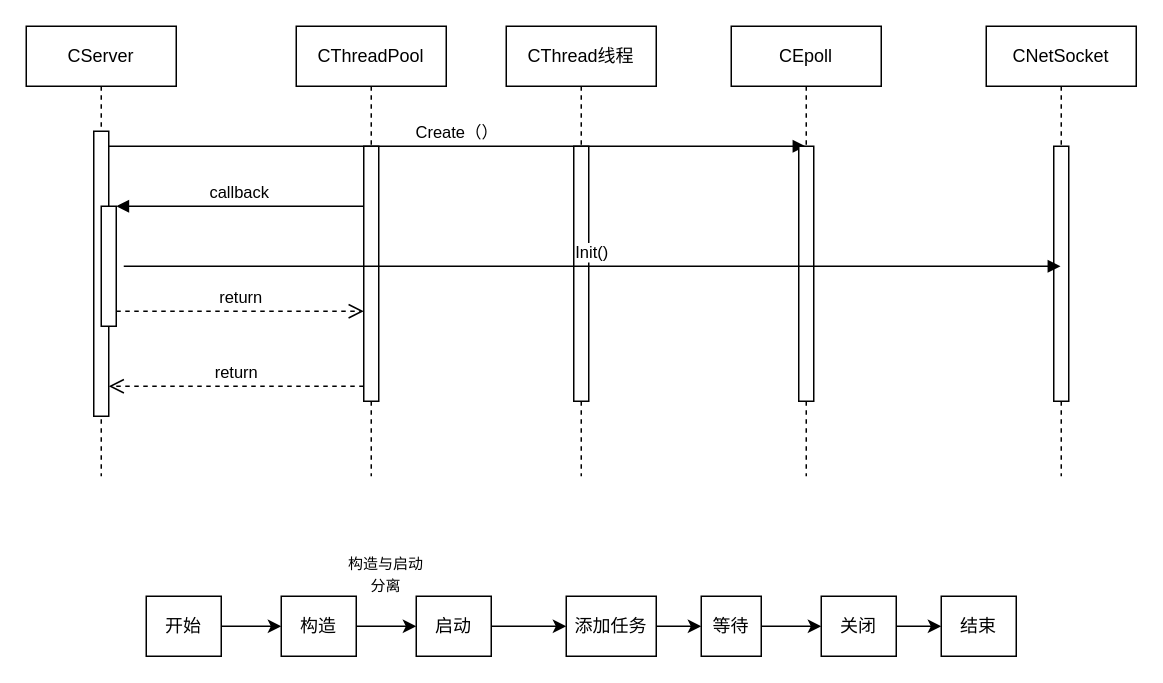
Before: 视频服务器-网络服务器模块时序图.drawio in ZWJ5656588/uml, a draw.io diagram. Source tidied: cells renumbered, new cells numbered last; positions are measured from the earlier drawing's top-left corner, leaving out a move shared by most shapes. Both pictures are drawn from the tidied source at 150%, with x=0, y=0 at pixel (26, 26).
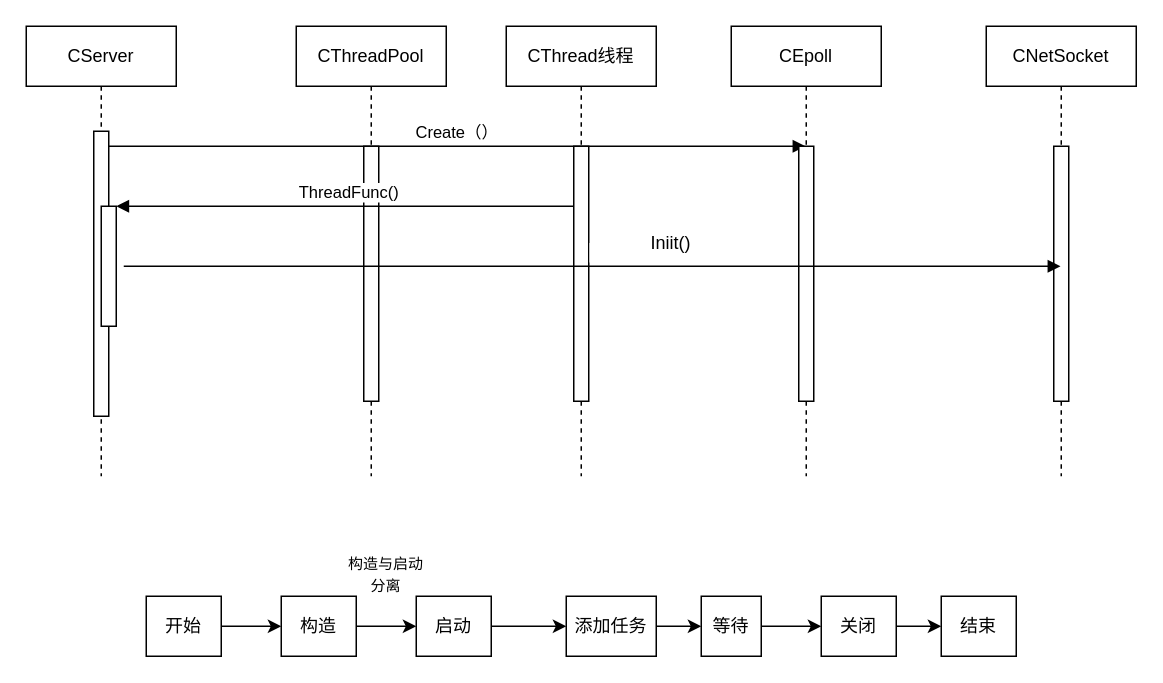
After the change.

Commit message:
更新视频服务器-网络服务器模块时序图.drawio

The change refers to these unchanged cells:
```xml
<mxCell id="3" style="html=1;points=[];perimeter=orthogonalPerimeter;outlineConnect=0;targetShapes=umlLifeline;portConstraint=eastwest;newEdgeStyle={&quot;edgeStyle&quot;:&quot;elbowEdgeStyle&quot;,&quot;elbow&quot;:&quot;vertical&quot;,&quot;curved&quot;:0,&quot;rounded&quot;:0};" parent="2" vertex="1">
  <mxGeometry x="45" y="70" width="10" height="190" as="geometry" />
</mxCell>
<mxCell id="4" style="html=1;points=[];perimeter=orthogonalPerimeter;outlineConnect=0;targetShapes=umlLifeline;portConstraint=eastwest;newEdgeStyle={&quot;edgeStyle&quot;:&quot;elbowEdgeStyle&quot;,&quot;elbow&quot;:&quot;vertical&quot;,&quot;curved&quot;:0,&quot;rounded&quot;:0};" parent="2" vertex="1">
  <mxGeometry x="50" y="120" width="10" height="80" as="geometry" />
</mxCell>
<mxCell id="6" style="html=1;points=[];perimeter=orthogonalPerimeter;outlineConnect=0;targetShapes=umlLifeline;portConstraint=eastwest;newEdgeStyle={&quot;edgeStyle&quot;:&quot;elbowEdgeStyle&quot;,&quot;elbow&quot;:&quot;vertical&quot;,&quot;curved&quot;:0,&quot;rounded&quot;:0};" parent="5" vertex="1">
  <mxGeometry x="45" y="80" width="10" height="170" as="geometry" />
</mxCell>
<mxCell id="11" value="CNetSocket" style="shape=umlLifeline;perimeter=lifelinePerimeter;whiteSpace=wrap;html=1;outlineConnect=0;portConstraint=eastwest;newEdgeStyle={&quot;edgeStyle&quot;:&quot;elbowEdgeStyle&quot;,&quot;elbow&quot;:&quot;vertical&quot;,&quot;curved&quot;:0,&quot;rounded&quot;:0};" parent="1" vertex="1">
  <mxGeometry x="640" width="100" height="300" as="geometry" />
</mxCell>
<mxCell id="13" value="CThread线程" style="shape=umlLifeline;perimeter=lifelinePerimeter;whiteSpace=wrap;html=1;outlineConnect=0;portConstraint=eastwest;newEdgeStyle={&quot;edgeStyle&quot;:&quot;elbowEdgeStyle&quot;,&quot;elbow&quot;:&quot;vertical&quot;,&quot;curved&quot;:0,&quot;rounded&quot;:0};" parent="1" vertex="1">
  <mxGeometry x="320" width="100" height="300" as="geometry" />
</mxCell>
```

Change to the diagram source:
```diff
@@
-    <mxCell id="8" value="return" style="html=1;verticalAlign=bottom;endArrow=open;dashed=1;endSize=8;edgeStyle=elbowEdgeStyle;elbow=vertical;curved=0;rounded=0;" parent="1" edge="1" source="6" target="3">
-      <mxGeometry relative="1" as="geometry">
-        <Array as="points">
-          <mxPoint x="150" y="240" />
-        </Array>
-      </mxGeometry>
-    </mxCell>
-    <mxCell id="9" value="callback" style="html=1;verticalAlign=bottom;endArrow=block;edgeStyle=elbowEdgeStyle;elbow=vertical;curved=0;rounded=0;" parent="1" edge="1" source="6" target="4">
+    <mxCell id="9" value="ThreadFunc()&lt;br&gt;" style="html=1;verticalAlign=bottom;endArrow=block;edgeStyle=elbowEdgeStyle;elbow=vertical;curved=0;rounded=0;" parent="1" edge="1" source="13" target="4">
       <mxGeometry relative="1" as="geometry">
         <Array as="points">
           <mxPoint x="150" y="120" />
         </Array>
       </mxGeometry>
     </mxCell>
-    <mxCell id="10" value="return" style="html=1;verticalAlign=bottom;endArrow=open;dashed=1;endSize=8;edgeStyle=elbowEdgeStyle;elbow=vertical;curved=0;rounded=0;" parent="1" edge="1" source="4" target="6">
-      <mxGeometry relative="1" as="geometry">
-        <Array as="points">
-          <mxPoint x="140" y="190" />
-        </Array>
-      </mxGeometry>
-    </mxCell>
@@
-    <mxCell id="31" value="Init()" style="html=1;verticalAlign=bottom;endArrow=block;edgeStyle=elbowEdgeStyle;elbow=vertical;curved=0;rounded=0;" parent="1" edge="1" target="11">
+    <mxCell id="31" value="&amp;nbsp;" style="html=1;verticalAlign=bottom;endArrow=block;edgeStyle=elbowEdgeStyle;elbow=vertical;curved=0;rounded=0;" parent="1" edge="1" target="11">
       <mxGeometry relative="1" as="geometry">
         <mxPoint x="65" y="160" as="sourcePoint" />
         <Array as="points">
           <mxPoint x="150" y="160" />
         </Array>
       </mxGeometry>
     </mxCell>
+    <mxCell id="32" value="Iniit()" style="text;strokeColor=none;align=center;fillColor=none;html=1;verticalAlign=middle;whiteSpace=wrap;rounded=0;" parent="1" vertex="1">
+      <mxGeometry x="400" y="130" width="60" height="30" as="geometry" />
+    </mxCell>
```
